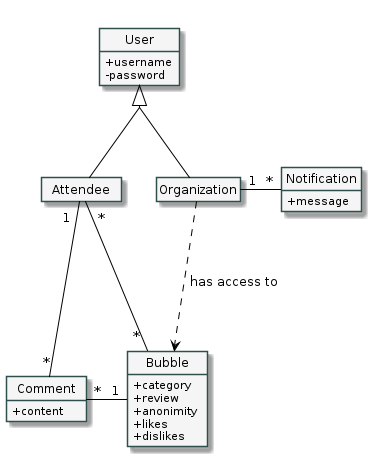
up201806330/Retrospective-Wall keeps this PlantUML diagram as Docs/domain.png. Above is the earlier version.
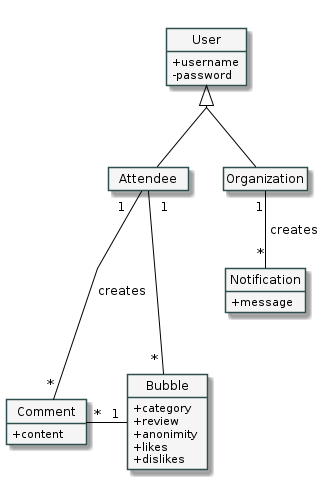
Above is the later version.

What changed in the source:
```diff
@@ -34,11 +34,10 @@
     +message
 }
 
-Attendee "  *" -down-- "                *" Bubble : ""
-Comment "*" -up-- "         1" Attendee : ""
+Attendee "  1" -down-- "                *" Bubble : ""
+Comment "*" -up-- "                1" Attendee : "creates"
 Comment "*" - "1" Bubble : ""
 
-Organization ...> Bubble : " has access to"
-Organization "1" - "*" Notification : ""
+Organization "1" -down- "*" Notification : " creates"
 
 @enduml
```
